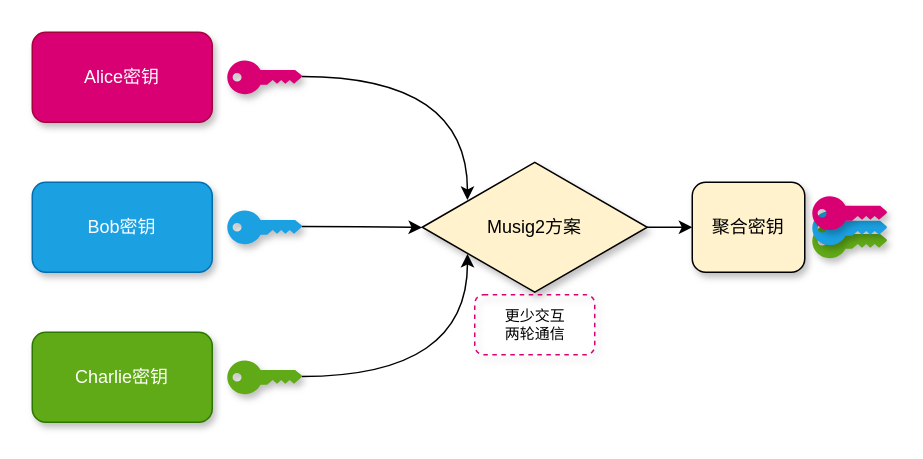
The draw.io diagram drawio/musig2-overview.drawio in 0xrjman/taproot, before the edit. Source tidied: cells renumbered, new cells numbered last; positions are measured from the earlier drawing's top-left corner, leaving out a move shared by most shapes. Both pictures are drawn from the tidied source at 150%, with x=0, y=0 at pixel (32, 32).
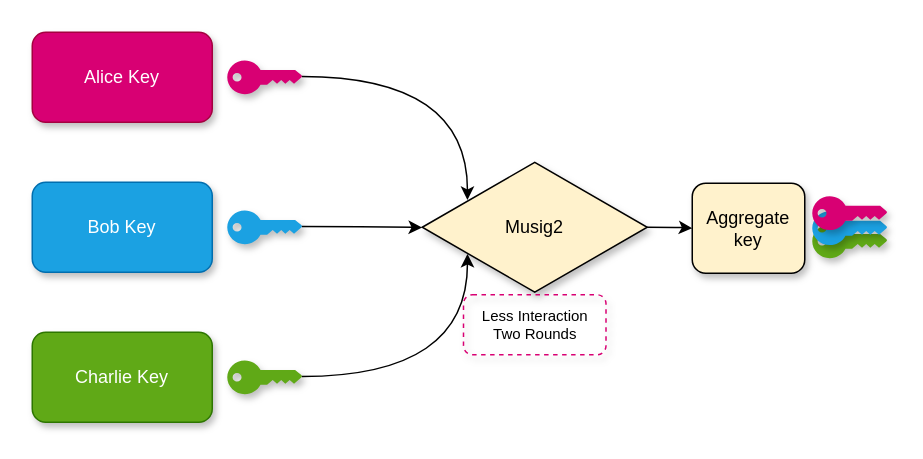
The same page after the edit.

What changed in the source:
```diff
@@
 <mxGraphModel>
   <root>
     <mxCell id="0" />
     <mxCell id="1" parent="0" />
-    <mxCell id="2" value="Alice密钥" style="rounded=1;whiteSpace=wrap;html=1;fillColor=#d80073;strokeColor=#A50040;glass=0;shadow=1;fontColor=#ffffff;" parent="1" vertex="1">
+    <mxCell id="2" value="Alice Key" style="rounded=1;whiteSpace=wrap;html=1;fillColor=#d80073;strokeColor=#A50040;glass=0;shadow=1;fontColor=#ffffff;" parent="1" vertex="1">
       <mxGeometry width="120" height="60" as="geometry" />
     </mxCell>
-    <mxCell id="3" value="Bob密钥" style="rounded=1;whiteSpace=wrap;html=1;fillColor=#1ba1e2;strokeColor=#006EAF;glass=0;shadow=1;fontColor=#ffffff;" parent="1" vertex="1">
+    <mxCell id="3" value="Bob Key" style="rounded=1;whiteSpace=wrap;html=1;fillColor=#1ba1e2;strokeColor=#006EAF;glass=0;shadow=1;fontColor=#ffffff;" parent="1" vertex="1">
       <mxGeometry y="100" width="120" height="60" as="geometry" />
     </mxCell>
-    <mxCell id="4" value="Charlie密钥" style="rounded=1;whiteSpace=wrap;html=1;fillColor=#60a917;strokeColor=#2D7600;glass=0;shadow=1;fontColor=#ffffff;" parent="1" vertex="1">
+    <mxCell id="4" value="Charlie Key" style="rounded=1;whiteSpace=wrap;html=1;fillColor=#60a917;strokeColor=#2D7600;glass=0;shadow=1;fontColor=#ffffff;" parent="1" vertex="1">
       <mxGeometry y="200" width="120" height="60" as="geometry" />
     </mxCell>
     <mxCell id="5" style="points=[[0,0.5,0],[0.24,0,0],[0.5,0.28,0],[0.995,0.475,0],[0.5,0.72,0],[0.24,1,0]];verticalLabelPosition=bottom;html=1;verticalAlign=top;align=center;shape=mxgraph.cisco19.key;strokeColor=#A50040;rounded=1;shadow=1;glass=0;fillColor=#d80073;fontColor=#ffffff;" parent="1" vertex="1">
       <mxGeometry x="130" y="18.8" width="50" height="22.5" as="geometry" />
     </mxCell>
     <mxCell id="6" style="points=[[0,0.5,0],[0.24,0,0],[0.5,0.28,0],[0.995,0.475,0],[0.5,0.72,0],[0.24,1,0]];verticalLabelPosition=bottom;html=1;verticalAlign=top;align=center;shape=mxgraph.cisco19.key;strokeColor=#006EAF;rounded=1;shadow=1;glass=0;fillColor=#1ba1e2;fontColor=#ffffff;" parent="1" vertex="1">
       <mxGeometry x="130" y="118.8" width="50" height="22.5" as="geometry" />
     </mxCell>
     <mxCell id="7" style="points=[[0,0.5,0],[0.24,0,0],[0.5,0.28,0],[0.995,0.475,0],[0.5,0.72,0],[0.24,1,0]];verticalLabelPosition=bottom;html=1;verticalAlign=top;align=center;shape=mxgraph.cisco19.key;strokeColor=#2D7600;rounded=1;shadow=1;glass=0;fillColor=#60a917;fontColor=#ffffff;" parent="1" vertex="1">
       <mxGeometry x="130" y="218.8" width="50" height="22.5" as="geometry" />
     </mxCell>
     <mxCell id="8" style="edgeStyle=orthogonalEdgeStyle;curved=1;rounded=0;jettySize=auto;html=1;" parent="1" edge="1" source="9" target="13">
       <mxGeometry relative="1" as="geometry" />
     </mxCell>
-    <mxCell id="9" value="Musig2方案" style="html=1;whiteSpace=wrap;shape=isoRectangle;rounded=1;shadow=1;glass=0;fillColor=#FFF2CC;" parent="1" vertex="1">
+    <mxCell id="9" value="Musig2" style="html=1;whiteSpace=wrap;shape=isoRectangle;rounded=1;shadow=1;glass=0;fillColor=#FFF2CC;" parent="1" vertex="1">
       <mxGeometry x="260" y="85" width="150" height="90" as="geometry" />
     </mxCell>
     <mxCell id="10" style="edgeStyle=orthogonalEdgeStyle;elbow=horizontal;endArrow=classic;html=1;exitX=0.995;exitY=0.475;exitDx=0;exitDy=0;exitPerimeter=0;entryX=0.201;entryY=0.298;entryDx=0;entryDy=0;entryPerimeter=0;curved=1;" parent="1" edge="1" source="5" target="9">
       <mxGeometry relative="1" as="geometry" />
     </mxCell>
     <mxCell id="11" style="edgeStyle=orthogonalEdgeStyle;elbow=horizontal;endArrow=classic;html=1;exitX=0.995;exitY=0.475;exitDx=0;exitDy=0;exitPerimeter=0;entryX=0.201;entryY=0.698;entryDx=0;entryDy=0;entryPerimeter=0;curved=1;" parent="1" edge="1" source="7" target="9">
       <mxGeometry relative="1" as="geometry" />
     </mxCell>
     <mxCell id="12" style="edgeStyle=orthogonalEdgeStyle;elbow=horizontal;endArrow=classic;html=1;exitX=0.995;exitY=0.475;exitDx=0;exitDy=0;exitPerimeter=0;entryX=-0.001;entryY=0.502;entryDx=0;entryDy=0;entryPerimeter=0;curved=1;" parent="1" edge="1" source="6" target="9">
       <mxGeometry relative="1" as="geometry" />
     </mxCell>
-    <mxCell id="13" value="聚合密钥" style="whiteSpace=wrap;html=1;rounded=1;shadow=1;fillColor=#FFF2CC;glass=0;" parent="1" vertex="1">
-      <mxGeometry x="440" y="100" width="75" height="60" as="geometry" />
+    <mxCell id="13" value="Aggregate key" style="whiteSpace=wrap;html=1;rounded=1;shadow=1;fillColor=#FFF2CC;glass=0;" parent="1" vertex="1">
+      <mxGeometry x="440" y="100.6" width="75" height="60" as="geometry" />
     </mxCell>
     <mxCell id="14" style="verticalLabelPosition=bottom;html=1;verticalAlign=top;align=center;shape=mxgraph.cisco19.key;strokeColor=#2D7600;rounded=1;shadow=1;glass=0;fillColor=#60a917;fontColor=#ffffff;" parent="1" vertex="1">
       <mxGeometry x="520" y="128.1" width="50" height="22.5" as="geometry" />
     </mxCell>
     <mxCell id="15" style="verticalLabelPosition=bottom;html=1;verticalAlign=top;align=center;shape=mxgraph.cisco19.key;strokeColor=#006EAF;rounded=1;shadow=1;glass=0;fillColor=#1ba1e2;fontColor=#ffffff;" parent="1" vertex="1">
       <mxGeometry x="520" y="119.4" width="50" height="22.5" as="geometry" />
     </mxCell>
     <mxCell id="16" style="verticalLabelPosition=bottom;html=1;verticalAlign=top;align=center;shape=mxgraph.cisco19.key;strokeColor=#A50040;rounded=1;shadow=1;glass=0;fillColor=#d80073;fontColor=#ffffff;" parent="1" vertex="1">
       <mxGeometry x="520" y="109.4" width="50" height="22.5" as="geometry" />
     </mxCell>
-    <mxCell id="17" value="更少交互&lt;br&gt;两轮通信" style="text;fillColor=none;html=1;fontSize=10;fontStyle=0;verticalAlign=middle;align=center;rounded=1;shadow=1;glass=0;dashed=1;strokeColor=#D80073;" parent="1" vertex="1">
-      <mxGeometry x="295" y="175" width="80" height="40" as="geometry" />
+    <mxCell id="17" value="Less Interaction&lt;br&gt;&lt;span style=&quot;font-size: 10px&quot;&gt;Two Rounds&lt;/span&gt;" style="text;fillColor=none;html=1;fontSize=10;fontStyle=0;verticalAlign=middle;align=center;rounded=1;shadow=1;glass=0;dashed=1;strokeColor=#D80073;" parent="1" vertex="1">
+      <mxGeometry x="287.5" y="175" width="95" height="40" as="geometry" />
     </mxCell>
   </root>
 </mxGraphModel>
```
